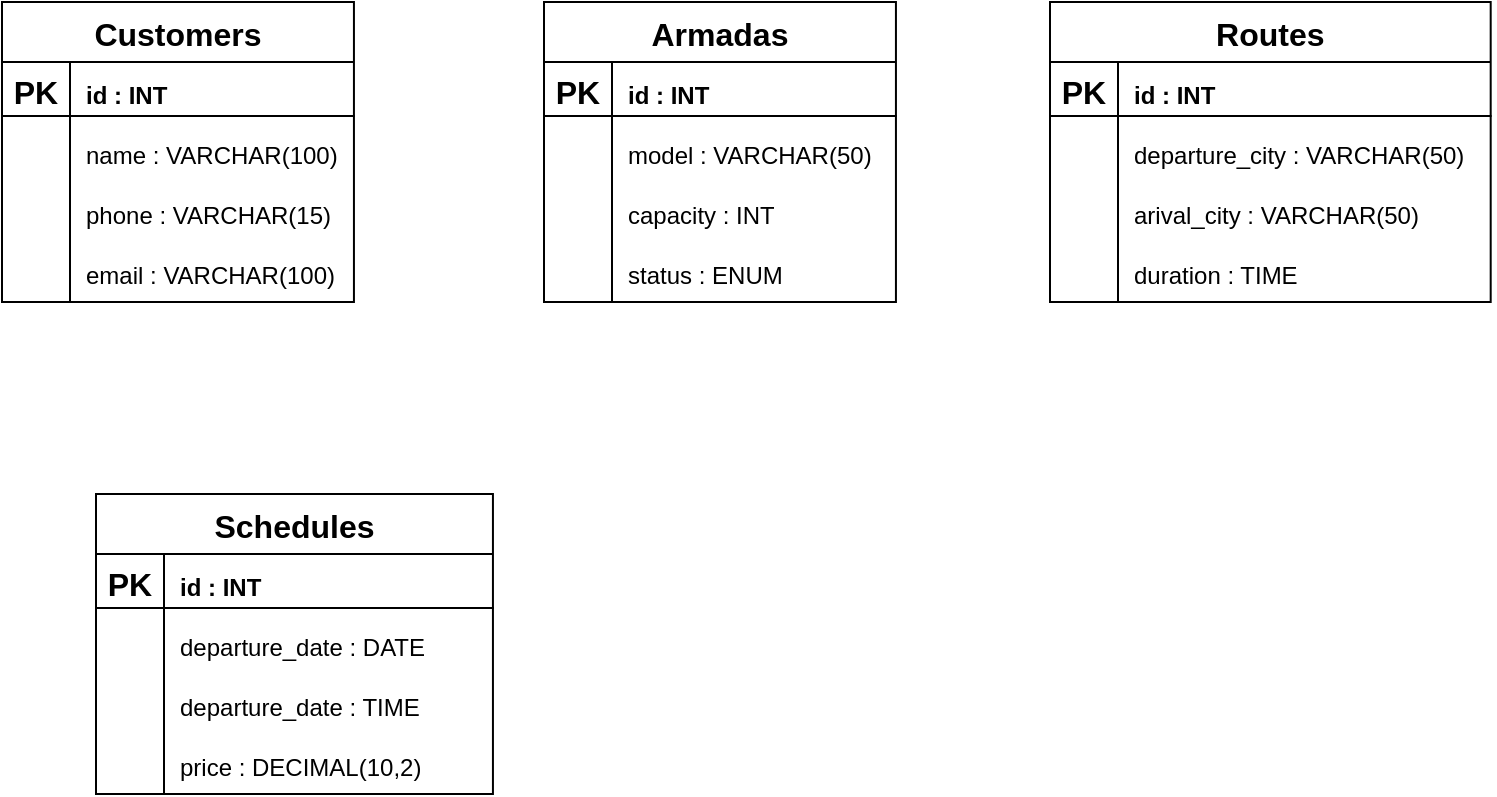
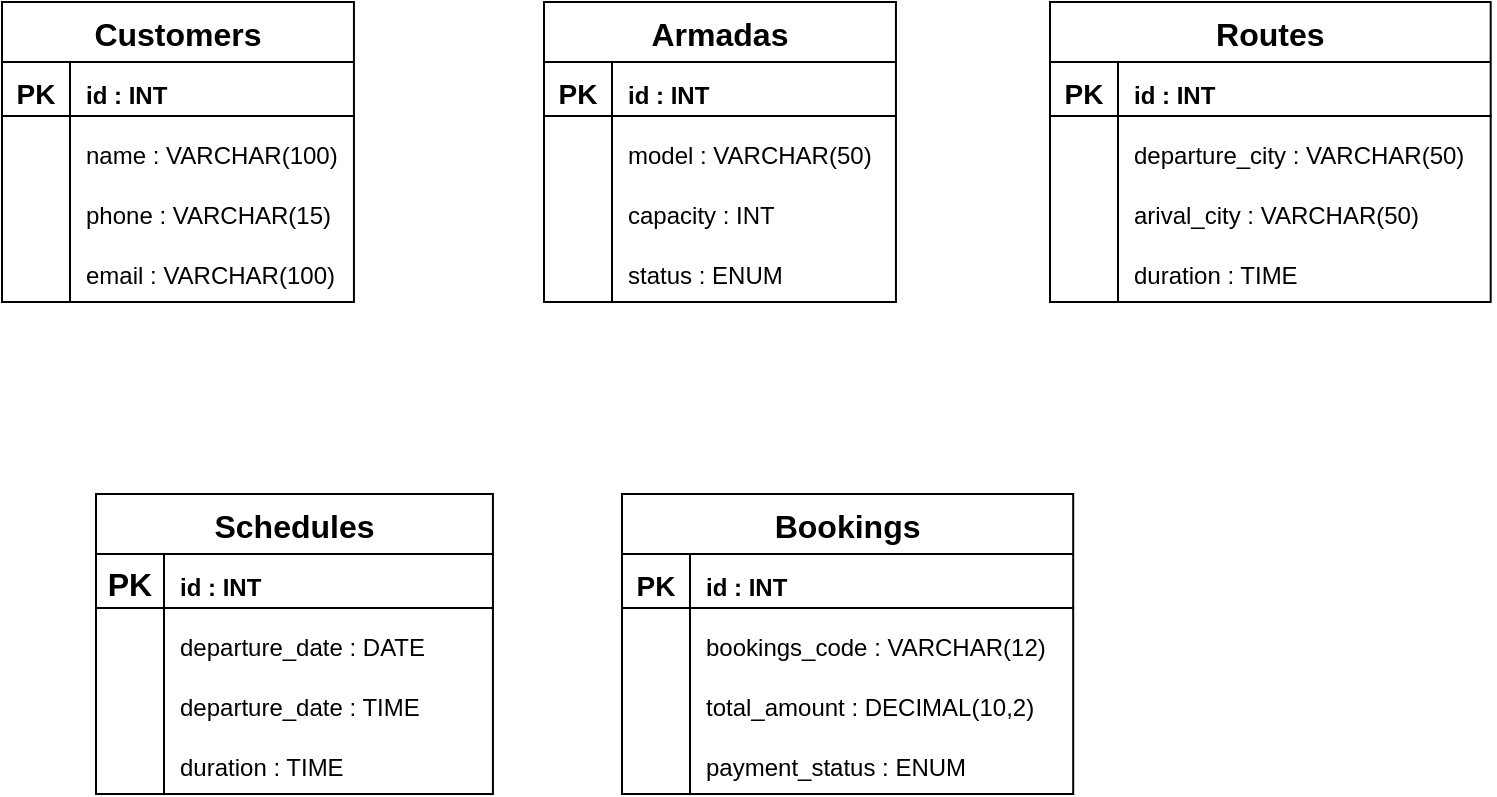
<mxfile host="Electron">
  <diagram name="Page-1" id="kJ8Mc6y_ZzB0DB1dgNBE">
    <mxGraphModel dx="1019" dy="602" grid="0" gridSize="10" guides="1" tooltips="1" connect="1" arrows="1" fold="1" page="1" pageScale="1" pageWidth="1169" pageHeight="827" background="#ffffff" math="0" shadow="0">
      <root>
        <mxCell id="0" />
        <mxCell id="1" parent="0" />
        <mxCell id="spA_d-TOyame6YQLWrdW-179" parent="1" style="shape=table;startSize=30;container=1;collapsible=0;childLayout=tableLayout;fixedRows=1;rowLines=0;fontStyle=1;strokeColor=#000000;fontSize=16;fontColor=#000000;fillColor=#FFFFFF;" value="Customers" vertex="1">
          <mxGeometry height="150" width="175.9722609747027" x="104" y="78" as="geometry" />
        </mxCell>
        <mxCell id="spA_d-TOyame6YQLWrdW-180" parent="spA_d-TOyame6YQLWrdW-179" style="shape=tableRow;horizontal=0;startSize=0;swimlaneHead=0;swimlaneBody=0;top=0;left=0;bottom=0;right=0;collapsible=0;dropTarget=0;fillColor=none;points=[[0,0.5],[1,0.5]];portConstraint=eastwest;strokeColor=inherit;fontSize=16;" value="" vertex="1">
          <mxGeometry height="30" width="175.9722609747027" y="30" as="geometry" />
        </mxCell>
-         <mxCell id="spA_d-TOyame6YQLWrdW-181" parent="spA_d-TOyame6YQLWrdW-180" style="shape=partialRectangle;html=1;whiteSpace=wrap;connectable=0;fillColor=none;top=0;left=0;bottom=0;right=0;overflow=hidden;pointerEvents=1;strokeColor=#000000;fontSize=16;fontColor=#000000;" value="&lt;b&gt;PK&lt;/b&gt;" vertex="1">
+         <mxCell id="spA_d-TOyame6YQLWrdW-181" parent="spA_d-TOyame6YQLWrdW-180" style="shape=partialRectangle;html=1;whiteSpace=wrap;connectable=0;fillColor=none;top=0;left=0;bottom=0;right=0;overflow=hidden;pointerEvents=1;strokeColor=#000000;fontSize=16;fontColor=#000000;" value="&lt;b&gt;&lt;font style=&quot;font-size: 14px;&quot;&gt;PK&lt;/font&gt;&lt;/b&gt;" vertex="1">
          <mxGeometry height="30" width="34" as="geometry">
            <mxRectangle height="30" width="34" as="alternateBounds" />
          </mxGeometry>
        </mxCell>
        <mxCell id="spA_d-TOyame6YQLWrdW-182" parent="spA_d-TOyame6YQLWrdW-180" style="shape=partialRectangle;html=1;whiteSpace=wrap;connectable=0;fillColor=none;top=0;left=0;bottom=0;right=0;align=left;spacingLeft=6;overflow=hidden;strokeColor=#000000;fontSize=16;fontColor=#000000;" value="&lt;font style=&quot;font-size: 12px;&quot;&gt;&lt;b&gt;id : INT&lt;/b&gt;&lt;/font&gt;" vertex="1">
          <mxGeometry height="30" width="142" x="34" as="geometry">
            <mxRectangle height="30" width="142" as="alternateBounds" />
          </mxGeometry>
        </mxCell>
        <mxCell id="spA_d-TOyame6YQLWrdW-183" parent="spA_d-TOyame6YQLWrdW-179" style="shape=tableRow;horizontal=0;startSize=0;swimlaneHead=0;swimlaneBody=0;top=0;left=0;bottom=0;right=0;collapsible=0;dropTarget=0;fillColor=none;points=[[0,0.5],[1,0.5]];portConstraint=eastwest;strokeColor=inherit;fontSize=16;" value="" vertex="1">
          <mxGeometry height="30" width="175.9722609747027" y="60" as="geometry" />
        </mxCell>
        <mxCell id="spA_d-TOyame6YQLWrdW-184" parent="spA_d-TOyame6YQLWrdW-183" style="shape=partialRectangle;html=1;whiteSpace=wrap;connectable=0;fillColor=none;top=0;left=0;bottom=0;right=0;overflow=hidden;strokeColor=inherit;fontSize=16;fontColor=#000000;" value="" vertex="1">
          <mxGeometry height="30" width="34" as="geometry">
            <mxRectangle height="30" width="34" as="alternateBounds" />
          </mxGeometry>
        </mxCell>
        <mxCell id="spA_d-TOyame6YQLWrdW-185" parent="spA_d-TOyame6YQLWrdW-183" style="shape=partialRectangle;html=1;whiteSpace=wrap;connectable=0;fillColor=none;top=0;left=0;bottom=0;right=0;align=left;spacingLeft=6;overflow=hidden;strokeColor=inherit;fontSize=16;fontColor=#000000;" value="&lt;span style=&quot;color: rgb(0, 0, 0); font-size: 12px;&quot;&gt;name :&amp;nbsp;&lt;/span&gt;&lt;span style=&quot;color: rgb(0, 0, 0); font-size: 12px; text-align: center;&quot;&gt;VARCHAR(100)&lt;/span&gt;" vertex="1">
          <mxGeometry height="30" width="142" x="34" as="geometry">
            <mxRectangle height="30" width="142" as="alternateBounds" />
          </mxGeometry>
        </mxCell>
        <mxCell id="spA_d-TOyame6YQLWrdW-186" parent="spA_d-TOyame6YQLWrdW-179" style="shape=tableRow;horizontal=0;startSize=0;swimlaneHead=0;swimlaneBody=0;top=0;left=0;bottom=0;right=0;collapsible=0;dropTarget=0;fillColor=none;points=[[0,0.5],[1,0.5]];portConstraint=eastwest;strokeColor=inherit;fontSize=16;" value="" vertex="1">
          <mxGeometry height="30" width="175.9722609747027" y="90" as="geometry" />
        </mxCell>
        <mxCell id="spA_d-TOyame6YQLWrdW-187" parent="spA_d-TOyame6YQLWrdW-186" style="shape=partialRectangle;html=1;whiteSpace=wrap;connectable=0;fillColor=none;top=0;left=0;bottom=0;right=0;overflow=hidden;strokeColor=inherit;fontSize=16;fontColor=#000000;" value="" vertex="1">
          <mxGeometry height="30" width="34" as="geometry">
            <mxRectangle height="30" width="34" as="alternateBounds" />
          </mxGeometry>
        </mxCell>
        <mxCell id="spA_d-TOyame6YQLWrdW-188" parent="spA_d-TOyame6YQLWrdW-186" style="shape=partialRectangle;html=1;whiteSpace=wrap;connectable=0;fillColor=none;top=0;left=0;bottom=0;right=0;align=left;spacingLeft=6;overflow=hidden;strokeColor=inherit;fontSize=16;fontColor=#000000;" value="&lt;span style=&quot;color: rgb(0, 0, 0); font-size: 12px;&quot;&gt;phone :&amp;nbsp;&lt;/span&gt;&lt;span style=&quot;color: rgb(0, 0, 0); font-size: 12px; text-align: center;&quot;&gt;VARCHAR(15)&lt;/span&gt;" vertex="1">
          <mxGeometry height="30" width="142" x="34" as="geometry">
            <mxRectangle height="30" width="142" as="alternateBounds" />
          </mxGeometry>
        </mxCell>
        <mxCell id="Xo8xpW6T9qOqPY2RvKqo-4" parent="spA_d-TOyame6YQLWrdW-179" style="shape=tableRow;horizontal=0;startSize=0;swimlaneHead=0;swimlaneBody=0;top=0;left=0;bottom=0;right=0;collapsible=0;dropTarget=0;fillColor=none;points=[[0,0.5],[1,0.5]];portConstraint=eastwest;strokeColor=inherit;fontSize=16;" value="" vertex="1">
          <mxGeometry height="30" width="175.9722609747027" y="120" as="geometry" />
        </mxCell>
        <mxCell id="Xo8xpW6T9qOqPY2RvKqo-5" parent="Xo8xpW6T9qOqPY2RvKqo-4" style="shape=partialRectangle;html=1;whiteSpace=wrap;connectable=0;fillColor=none;top=0;left=0;bottom=0;right=0;overflow=hidden;strokeColor=inherit;fontSize=16;fontColor=#000000;" value="" vertex="1">
          <mxGeometry height="30" width="34" as="geometry">
            <mxRectangle height="30" width="34" as="alternateBounds" />
          </mxGeometry>
        </mxCell>
        <mxCell id="Xo8xpW6T9qOqPY2RvKqo-6" parent="Xo8xpW6T9qOqPY2RvKqo-4" style="shape=partialRectangle;html=1;whiteSpace=wrap;connectable=0;fillColor=none;top=0;left=0;bottom=0;right=0;align=left;spacingLeft=6;overflow=hidden;strokeColor=inherit;fontSize=16;fontColor=#000000;" value="&lt;span style=&quot;color: rgb(0, 0, 0); font-size: 12px;&quot;&gt;email :&amp;nbsp;&lt;/span&gt;&lt;span style=&quot;color: rgb(0, 0, 0); font-size: 12px; text-align: center;&quot;&gt;VARCHAR(100)&lt;/span&gt;" vertex="1">
          <mxGeometry height="30" width="142" x="34" as="geometry">
            <mxRectangle height="30" width="142" as="alternateBounds" />
          </mxGeometry>
        </mxCell>
        <mxCell id="Xo8xpW6T9qOqPY2RvKqo-3" edge="1" parent="spA_d-TOyame6YQLWrdW-179" source="spA_d-TOyame6YQLWrdW-180" style="endArrow=none;html=1;rounded=0;strokeColor=#000000;entryX=1.002;entryY=0.898;entryDx=0;entryDy=0;entryPerimeter=0;exitX=0;exitY=0.9;exitDx=0;exitDy=0;exitPerimeter=0;" target="spA_d-TOyame6YQLWrdW-180" value="">
          <mxGeometry height="50" relative="1" width="50" as="geometry">
            <mxPoint x="72" y="102" as="sourcePoint" />
            <mxPoint x="122" y="52" as="targetPoint" />
          </mxGeometry>
        </mxCell>
        <mxCell id="Xo8xpW6T9qOqPY2RvKqo-7" parent="1" style="shape=table;startSize=30;container=1;collapsible=0;childLayout=tableLayout;fixedRows=1;rowLines=0;fontStyle=1;strokeColor=#000000;fontSize=16;fontColor=#000000;fillColor=#FFFFFF;" value="Armadas" vertex="1">
          <mxGeometry height="150" width="175.9722609747027" x="375" y="78" as="geometry" />
        </mxCell>
        <mxCell id="Xo8xpW6T9qOqPY2RvKqo-8" parent="Xo8xpW6T9qOqPY2RvKqo-7" style="shape=tableRow;horizontal=0;startSize=0;swimlaneHead=0;swimlaneBody=0;top=0;left=0;bottom=0;right=0;collapsible=0;dropTarget=0;fillColor=none;points=[[0,0.5],[1,0.5]];portConstraint=eastwest;strokeColor=inherit;fontSize=16;" value="" vertex="1">
          <mxGeometry height="30" width="175.9722609747027" y="30" as="geometry" />
        </mxCell>
-         <mxCell id="Xo8xpW6T9qOqPY2RvKqo-9" parent="Xo8xpW6T9qOqPY2RvKqo-8" style="shape=partialRectangle;html=1;whiteSpace=wrap;connectable=0;fillColor=none;top=0;left=0;bottom=0;right=0;overflow=hidden;pointerEvents=1;strokeColor=#000000;fontSize=16;fontColor=#000000;" value="&lt;b&gt;PK&lt;/b&gt;" vertex="1">
+         <mxCell id="Xo8xpW6T9qOqPY2RvKqo-9" parent="Xo8xpW6T9qOqPY2RvKqo-8" style="shape=partialRectangle;html=1;whiteSpace=wrap;connectable=0;fillColor=none;top=0;left=0;bottom=0;right=0;overflow=hidden;pointerEvents=1;strokeColor=#000000;fontSize=16;fontColor=#000000;" value="&lt;b&gt;&lt;font style=&quot;font-size: 14px;&quot;&gt;PK&lt;/font&gt;&lt;/b&gt;" vertex="1">
          <mxGeometry height="30" width="34" as="geometry">
            <mxRectangle height="30" width="34" as="alternateBounds" />
          </mxGeometry>
        </mxCell>
        <mxCell id="Xo8xpW6T9qOqPY2RvKqo-10" parent="Xo8xpW6T9qOqPY2RvKqo-8" style="shape=partialRectangle;html=1;whiteSpace=wrap;connectable=0;fillColor=none;top=0;left=0;bottom=0;right=0;align=left;spacingLeft=6;overflow=hidden;strokeColor=#000000;fontSize=16;fontColor=#000000;" value="&lt;font style=&quot;font-size: 12px;&quot;&gt;&lt;b&gt;id : INT&lt;/b&gt;&lt;/font&gt;" vertex="1">
          <mxGeometry height="30" width="142" x="34" as="geometry">
            <mxRectangle height="30" width="142" as="alternateBounds" />
          </mxGeometry>
        </mxCell>
        <mxCell id="Xo8xpW6T9qOqPY2RvKqo-11" parent="Xo8xpW6T9qOqPY2RvKqo-7" style="shape=tableRow;horizontal=0;startSize=0;swimlaneHead=0;swimlaneBody=0;top=0;left=0;bottom=0;right=0;collapsible=0;dropTarget=0;fillColor=none;points=[[0,0.5],[1,0.5]];portConstraint=eastwest;strokeColor=inherit;fontSize=16;" value="" vertex="1">
          <mxGeometry height="30" width="175.9722609747027" y="60" as="geometry" />
        </mxCell>
        <mxCell id="Xo8xpW6T9qOqPY2RvKqo-12" parent="Xo8xpW6T9qOqPY2RvKqo-11" style="shape=partialRectangle;html=1;whiteSpace=wrap;connectable=0;fillColor=none;top=0;left=0;bottom=0;right=0;overflow=hidden;strokeColor=inherit;fontSize=16;fontColor=#000000;" value="" vertex="1">
          <mxGeometry height="30" width="34" as="geometry">
            <mxRectangle height="30" width="34" as="alternateBounds" />
          </mxGeometry>
        </mxCell>
        <mxCell id="Xo8xpW6T9qOqPY2RvKqo-13" parent="Xo8xpW6T9qOqPY2RvKqo-11" style="shape=partialRectangle;html=1;whiteSpace=wrap;connectable=0;fillColor=none;top=0;left=0;bottom=0;right=0;align=left;spacingLeft=6;overflow=hidden;strokeColor=inherit;fontSize=16;fontColor=#000000;" value="&lt;font color=&quot;#000000&quot;&gt;&lt;span style=&quot;font-size: 12px;&quot;&gt;model : VARCHAR(50)&lt;/span&gt;&lt;/font&gt;" vertex="1">
          <mxGeometry height="30" width="142" x="34" as="geometry">
            <mxRectangle height="30" width="142" as="alternateBounds" />
          </mxGeometry>
        </mxCell>
        <mxCell id="Xo8xpW6T9qOqPY2RvKqo-14" parent="Xo8xpW6T9qOqPY2RvKqo-7" style="shape=tableRow;horizontal=0;startSize=0;swimlaneHead=0;swimlaneBody=0;top=0;left=0;bottom=0;right=0;collapsible=0;dropTarget=0;fillColor=none;points=[[0,0.5],[1,0.5]];portConstraint=eastwest;strokeColor=inherit;fontSize=16;" value="" vertex="1">
          <mxGeometry height="30" width="175.9722609747027" y="90" as="geometry" />
        </mxCell>
        <mxCell id="Xo8xpW6T9qOqPY2RvKqo-15" parent="Xo8xpW6T9qOqPY2RvKqo-14" style="shape=partialRectangle;html=1;whiteSpace=wrap;connectable=0;fillColor=none;top=0;left=0;bottom=0;right=0;overflow=hidden;strokeColor=inherit;fontSize=16;fontColor=#000000;" value="" vertex="1">
          <mxGeometry height="30" width="34" as="geometry">
            <mxRectangle height="30" width="34" as="alternateBounds" />
          </mxGeometry>
        </mxCell>
        <mxCell id="Xo8xpW6T9qOqPY2RvKqo-16" parent="Xo8xpW6T9qOqPY2RvKqo-14" style="shape=partialRectangle;html=1;whiteSpace=wrap;connectable=0;fillColor=none;top=0;left=0;bottom=0;right=0;align=left;spacingLeft=6;overflow=hidden;strokeColor=inherit;fontSize=16;fontColor=#000000;" value="&lt;div style=&quot;text-align: center;&quot;&gt;&lt;span style=&quot;color: rgb(0, 0, 0); font-size: 12px; background-color: transparent;&quot;&gt;capacity : INT&lt;/span&gt;&lt;/div&gt;" vertex="1">
          <mxGeometry height="30" width="142" x="34" as="geometry">
            <mxRectangle height="30" width="142" as="alternateBounds" />
          </mxGeometry>
        </mxCell>
        <mxCell id="Xo8xpW6T9qOqPY2RvKqo-17" parent="Xo8xpW6T9qOqPY2RvKqo-7" style="shape=tableRow;horizontal=0;startSize=0;swimlaneHead=0;swimlaneBody=0;top=0;left=0;bottom=0;right=0;collapsible=0;dropTarget=0;fillColor=none;points=[[0,0.5],[1,0.5]];portConstraint=eastwest;strokeColor=inherit;fontSize=16;" value="" vertex="1">
          <mxGeometry height="30" width="175.9722609747027" y="120" as="geometry" />
        </mxCell>
        <mxCell id="Xo8xpW6T9qOqPY2RvKqo-18" parent="Xo8xpW6T9qOqPY2RvKqo-17" style="shape=partialRectangle;html=1;whiteSpace=wrap;connectable=0;fillColor=none;top=0;left=0;bottom=0;right=0;overflow=hidden;strokeColor=inherit;fontSize=16;fontColor=#000000;" value="" vertex="1">
          <mxGeometry height="30" width="34" as="geometry">
            <mxRectangle height="30" width="34" as="alternateBounds" />
          </mxGeometry>
        </mxCell>
        <mxCell id="Xo8xpW6T9qOqPY2RvKqo-19" parent="Xo8xpW6T9qOqPY2RvKqo-17" style="shape=partialRectangle;html=1;whiteSpace=wrap;connectable=0;fillColor=none;top=0;left=0;bottom=0;right=0;align=left;spacingLeft=6;overflow=hidden;strokeColor=inherit;fontSize=16;fontColor=#000000;" value="&lt;span style=&quot;color: rgb(0, 0, 0); font-size: 12px;&quot;&gt;status :&amp;nbsp;&lt;/span&gt;&lt;span style=&quot;color: rgb(0, 0, 0); font-size: 12px; text-align: center;&quot;&gt;ENUM&lt;/span&gt;" vertex="1">
          <mxGeometry height="30" width="142" x="34" as="geometry">
            <mxRectangle height="30" width="142" as="alternateBounds" />
          </mxGeometry>
        </mxCell>
        <mxCell id="Xo8xpW6T9qOqPY2RvKqo-20" edge="1" parent="Xo8xpW6T9qOqPY2RvKqo-7" source="Xo8xpW6T9qOqPY2RvKqo-8" style="endArrow=none;html=1;rounded=0;strokeColor=#000000;entryX=1.002;entryY=0.898;entryDx=0;entryDy=0;entryPerimeter=0;exitX=0;exitY=0.9;exitDx=0;exitDy=0;exitPerimeter=0;" target="Xo8xpW6T9qOqPY2RvKqo-8" value="">
          <mxGeometry height="50" relative="1" width="50" as="geometry">
            <mxPoint x="72" y="102" as="sourcePoint" />
            <mxPoint x="122" y="52" as="targetPoint" />
          </mxGeometry>
        </mxCell>
        <mxCell id="Xo8xpW6T9qOqPY2RvKqo-21" parent="1" style="shape=table;startSize=30;container=1;collapsible=0;childLayout=tableLayout;fixedRows=1;rowLines=0;fontStyle=1;strokeColor=#000000;fontSize=16;fontColor=#000000;fillColor=#FFFFFF;" value="Routes" vertex="1">
          <mxGeometry height="150" width="220.34746442522356" x="628" y="78" as="geometry" />
        </mxCell>
        <mxCell id="Xo8xpW6T9qOqPY2RvKqo-22" parent="Xo8xpW6T9qOqPY2RvKqo-21" style="shape=tableRow;horizontal=0;startSize=0;swimlaneHead=0;swimlaneBody=0;top=0;left=0;bottom=0;right=0;collapsible=0;dropTarget=0;fillColor=none;points=[[0,0.5],[1,0.5]];portConstraint=eastwest;strokeColor=inherit;fontSize=16;" value="" vertex="1">
          <mxGeometry height="30" width="220.34746442522356" y="30" as="geometry" />
        </mxCell>
-         <mxCell id="Xo8xpW6T9qOqPY2RvKqo-23" parent="Xo8xpW6T9qOqPY2RvKqo-22" style="shape=partialRectangle;html=1;whiteSpace=wrap;connectable=0;fillColor=none;top=0;left=0;bottom=0;right=0;overflow=hidden;pointerEvents=1;strokeColor=#000000;fontSize=16;fontColor=#000000;" value="&lt;b&gt;PK&lt;/b&gt;" vertex="1">
+         <mxCell id="Xo8xpW6T9qOqPY2RvKqo-23" parent="Xo8xpW6T9qOqPY2RvKqo-22" style="shape=partialRectangle;html=1;whiteSpace=wrap;connectable=0;fillColor=none;top=0;left=0;bottom=0;right=0;overflow=hidden;pointerEvents=1;strokeColor=#000000;fontSize=16;fontColor=#000000;" value="&lt;b&gt;&lt;font style=&quot;font-size: 14px;&quot;&gt;PK&lt;/font&gt;&lt;/b&gt;" vertex="1">
          <mxGeometry height="30" width="34" as="geometry">
            <mxRectangle height="30" width="34" as="alternateBounds" />
          </mxGeometry>
        </mxCell>
        <mxCell id="Xo8xpW6T9qOqPY2RvKqo-24" parent="Xo8xpW6T9qOqPY2RvKqo-22" style="shape=partialRectangle;html=1;whiteSpace=wrap;connectable=0;fillColor=none;top=0;left=0;bottom=0;right=0;align=left;spacingLeft=6;overflow=hidden;strokeColor=#000000;fontSize=16;fontColor=#000000;" value="&lt;font style=&quot;font-size: 12px;&quot;&gt;&lt;b&gt;id : INT&lt;/b&gt;&lt;/font&gt;" vertex="1">
          <mxGeometry height="30" width="186" x="34" as="geometry">
            <mxRectangle height="30" width="186" as="alternateBounds" />
          </mxGeometry>
        </mxCell>
        <mxCell id="Xo8xpW6T9qOqPY2RvKqo-25" parent="Xo8xpW6T9qOqPY2RvKqo-21" style="shape=tableRow;horizontal=0;startSize=0;swimlaneHead=0;swimlaneBody=0;top=0;left=0;bottom=0;right=0;collapsible=0;dropTarget=0;fillColor=none;points=[[0,0.5],[1,0.5]];portConstraint=eastwest;strokeColor=inherit;fontSize=16;" value="" vertex="1">
          <mxGeometry height="30" width="220.34746442522356" y="60" as="geometry" />
        </mxCell>
        <mxCell id="Xo8xpW6T9qOqPY2RvKqo-26" parent="Xo8xpW6T9qOqPY2RvKqo-25" style="shape=partialRectangle;html=1;whiteSpace=wrap;connectable=0;fillColor=none;top=0;left=0;bottom=0;right=0;overflow=hidden;strokeColor=inherit;fontSize=16;fontColor=#000000;" value="" vertex="1">
          <mxGeometry height="30" width="34" as="geometry">
            <mxRectangle height="30" width="34" as="alternateBounds" />
          </mxGeometry>
        </mxCell>
        <mxCell id="Xo8xpW6T9qOqPY2RvKqo-27" parent="Xo8xpW6T9qOqPY2RvKqo-25" style="shape=partialRectangle;html=1;whiteSpace=wrap;connectable=0;fillColor=none;top=0;left=0;bottom=0;right=0;align=left;spacingLeft=6;overflow=hidden;strokeColor=inherit;fontSize=16;fontColor=#000000;" value="&lt;font color=&quot;#000000&quot;&gt;&lt;span style=&quot;font-size: 12px;&quot;&gt;departure_city : VARCHAR(50)&lt;/span&gt;&lt;/font&gt;" vertex="1">
          <mxGeometry height="30" width="186" x="34" as="geometry">
            <mxRectangle height="30" width="186" as="alternateBounds" />
          </mxGeometry>
        </mxCell>
        <mxCell id="Xo8xpW6T9qOqPY2RvKqo-28" parent="Xo8xpW6T9qOqPY2RvKqo-21" style="shape=tableRow;horizontal=0;startSize=0;swimlaneHead=0;swimlaneBody=0;top=0;left=0;bottom=0;right=0;collapsible=0;dropTarget=0;fillColor=none;points=[[0,0.5],[1,0.5]];portConstraint=eastwest;strokeColor=inherit;fontSize=16;" value="" vertex="1">
          <mxGeometry height="30" width="220.34746442522356" y="90" as="geometry" />
        </mxCell>
        <mxCell id="Xo8xpW6T9qOqPY2RvKqo-29" parent="Xo8xpW6T9qOqPY2RvKqo-28" style="shape=partialRectangle;html=1;whiteSpace=wrap;connectable=0;fillColor=none;top=0;left=0;bottom=0;right=0;overflow=hidden;strokeColor=inherit;fontSize=16;fontColor=#000000;" value="" vertex="1">
          <mxGeometry height="30" width="34" as="geometry">
            <mxRectangle height="30" width="34" as="alternateBounds" />
          </mxGeometry>
        </mxCell>
        <mxCell id="Xo8xpW6T9qOqPY2RvKqo-30" parent="Xo8xpW6T9qOqPY2RvKqo-28" style="shape=partialRectangle;html=1;whiteSpace=wrap;connectable=0;fillColor=none;top=0;left=0;bottom=0;right=0;align=left;spacingLeft=6;overflow=hidden;strokeColor=inherit;fontSize=16;fontColor=#000000;" value="&lt;div style=&quot;text-align: center;&quot;&gt;&lt;span style=&quot;color: rgb(0, 0, 0); font-size: 12px; background-color: transparent;&quot;&gt;arival_city : VARCHAR(50)&lt;/span&gt;&lt;/div&gt;" vertex="1">
          <mxGeometry height="30" width="186" x="34" as="geometry">
            <mxRectangle height="30" width="186" as="alternateBounds" />
          </mxGeometry>
        </mxCell>
        <mxCell id="Xo8xpW6T9qOqPY2RvKqo-31" parent="Xo8xpW6T9qOqPY2RvKqo-21" style="shape=tableRow;horizontal=0;startSize=0;swimlaneHead=0;swimlaneBody=0;top=0;left=0;bottom=0;right=0;collapsible=0;dropTarget=0;fillColor=none;points=[[0,0.5],[1,0.5]];portConstraint=eastwest;strokeColor=inherit;fontSize=16;" value="" vertex="1">
          <mxGeometry height="30" width="220.34746442522356" y="120" as="geometry" />
        </mxCell>
        <mxCell id="Xo8xpW6T9qOqPY2RvKqo-32" parent="Xo8xpW6T9qOqPY2RvKqo-31" style="shape=partialRectangle;html=1;whiteSpace=wrap;connectable=0;fillColor=none;top=0;left=0;bottom=0;right=0;overflow=hidden;strokeColor=inherit;fontSize=16;fontColor=#000000;" value="" vertex="1">
          <mxGeometry height="30" width="34" as="geometry">
            <mxRectangle height="30" width="34" as="alternateBounds" />
          </mxGeometry>
        </mxCell>
        <mxCell id="Xo8xpW6T9qOqPY2RvKqo-33" parent="Xo8xpW6T9qOqPY2RvKqo-31" style="shape=partialRectangle;html=1;whiteSpace=wrap;connectable=0;fillColor=none;top=0;left=0;bottom=0;right=0;align=left;spacingLeft=6;overflow=hidden;strokeColor=inherit;fontSize=16;fontColor=#000000;" value="&lt;div style=&quot;text-align: center;&quot;&gt;&lt;span style=&quot;color: rgb(0, 0, 0); font-size: 12px; background-color: transparent;&quot;&gt;duration : TIME&lt;/span&gt;&lt;/div&gt;" vertex="1">
          <mxGeometry height="30" width="186" x="34" as="geometry">
            <mxRectangle height="30" width="186" as="alternateBounds" />
          </mxGeometry>
        </mxCell>
        <mxCell id="Xo8xpW6T9qOqPY2RvKqo-34" edge="1" parent="Xo8xpW6T9qOqPY2RvKqo-21" source="Xo8xpW6T9qOqPY2RvKqo-22" style="endArrow=none;html=1;rounded=0;strokeColor=#000000;entryX=1.002;entryY=0.898;entryDx=0;entryDy=0;entryPerimeter=0;exitX=0;exitY=0.9;exitDx=0;exitDy=0;exitPerimeter=0;" target="Xo8xpW6T9qOqPY2RvKqo-22" value="">
          <mxGeometry height="50" relative="1" width="50" as="geometry">
            <mxPoint x="72" y="102" as="sourcePoint" />
            <mxPoint x="122" y="52" as="targetPoint" />
          </mxGeometry>
        </mxCell>
        <mxCell id="Xo8xpW6T9qOqPY2RvKqo-49" parent="1" style="shape=table;startSize=30;container=1;collapsible=0;childLayout=tableLayout;fixedRows=1;rowLines=0;fontStyle=1;strokeColor=#000000;fontSize=16;fontColor=#000000;fillColor=#FFFFFF;" value="Schedules" vertex="1">
          <mxGeometry height="150" width="198.47246442522373" x="151" y="324" as="geometry" />
        </mxCell>
        <mxCell id="Xo8xpW6T9qOqPY2RvKqo-50" parent="Xo8xpW6T9qOqPY2RvKqo-49" style="shape=tableRow;horizontal=0;startSize=0;swimlaneHead=0;swimlaneBody=0;top=0;left=0;bottom=0;right=0;collapsible=0;dropTarget=0;fillColor=none;points=[[0,0.5],[1,0.5]];portConstraint=eastwest;strokeColor=inherit;fontSize=16;" value="" vertex="1">
          <mxGeometry height="30" width="198.47246442522373" y="30" as="geometry" />
        </mxCell>
        <mxCell id="Xo8xpW6T9qOqPY2RvKqo-51" parent="Xo8xpW6T9qOqPY2RvKqo-50" style="shape=partialRectangle;html=1;whiteSpace=wrap;connectable=0;fillColor=none;top=0;left=0;bottom=0;right=0;overflow=hidden;pointerEvents=1;strokeColor=#000000;fontSize=16;fontColor=#000000;" value="&lt;b&gt;PK&lt;/b&gt;" vertex="1">
          <mxGeometry height="30" width="34" as="geometry">
            <mxRectangle height="30" width="34" as="alternateBounds" />
          </mxGeometry>
        </mxCell>
        <mxCell id="Xo8xpW6T9qOqPY2RvKqo-52" parent="Xo8xpW6T9qOqPY2RvKqo-50" style="shape=partialRectangle;html=1;whiteSpace=wrap;connectable=0;fillColor=none;top=0;left=0;bottom=0;right=0;align=left;spacingLeft=6;overflow=hidden;strokeColor=#000000;fontSize=16;fontColor=#000000;" value="&lt;font style=&quot;font-size: 12px;&quot;&gt;&lt;b&gt;id : INT&lt;/b&gt;&lt;/font&gt;" vertex="1">
          <mxGeometry height="30" width="164" x="34" as="geometry">
            <mxRectangle height="30" width="164" as="alternateBounds" />
          </mxGeometry>
        </mxCell>
        <mxCell id="Xo8xpW6T9qOqPY2RvKqo-53" parent="Xo8xpW6T9qOqPY2RvKqo-49" style="shape=tableRow;horizontal=0;startSize=0;swimlaneHead=0;swimlaneBody=0;top=0;left=0;bottom=0;right=0;collapsible=0;dropTarget=0;fillColor=none;points=[[0,0.5],[1,0.5]];portConstraint=eastwest;strokeColor=inherit;fontSize=16;" value="" vertex="1">
          <mxGeometry height="30" width="198.47246442522373" y="60" as="geometry" />
        </mxCell>
        <mxCell id="Xo8xpW6T9qOqPY2RvKqo-54" parent="Xo8xpW6T9qOqPY2RvKqo-53" style="shape=partialRectangle;html=1;whiteSpace=wrap;connectable=0;fillColor=none;top=0;left=0;bottom=0;right=0;overflow=hidden;strokeColor=inherit;fontSize=16;fontColor=#000000;" value="" vertex="1">
          <mxGeometry height="30" width="34" as="geometry">
            <mxRectangle height="30" width="34" as="alternateBounds" />
          </mxGeometry>
        </mxCell>
        <mxCell id="Xo8xpW6T9qOqPY2RvKqo-55" parent="Xo8xpW6T9qOqPY2RvKqo-53" style="shape=partialRectangle;html=1;whiteSpace=wrap;connectable=0;fillColor=none;top=0;left=0;bottom=0;right=0;align=left;spacingLeft=6;overflow=hidden;strokeColor=inherit;fontSize=16;fontColor=#000000;" value="&lt;font color=&quot;#000000&quot;&gt;&lt;span style=&quot;font-size: 12px;&quot;&gt;departure_date : DATE&lt;/span&gt;&lt;/font&gt;" vertex="1">
          <mxGeometry height="30" width="164" x="34" as="geometry">
            <mxRectangle height="30" width="164" as="alternateBounds" />
          </mxGeometry>
        </mxCell>
        <mxCell id="Xo8xpW6T9qOqPY2RvKqo-56" parent="Xo8xpW6T9qOqPY2RvKqo-49" style="shape=tableRow;horizontal=0;startSize=0;swimlaneHead=0;swimlaneBody=0;top=0;left=0;bottom=0;right=0;collapsible=0;dropTarget=0;fillColor=none;points=[[0,0.5],[1,0.5]];portConstraint=eastwest;strokeColor=inherit;fontSize=16;" value="" vertex="1">
          <mxGeometry height="30" width="198.47246442522373" y="90" as="geometry" />
        </mxCell>
        <mxCell id="Xo8xpW6T9qOqPY2RvKqo-57" parent="Xo8xpW6T9qOqPY2RvKqo-56" style="shape=partialRectangle;html=1;whiteSpace=wrap;connectable=0;fillColor=none;top=0;left=0;bottom=0;right=0;overflow=hidden;strokeColor=inherit;fontSize=16;fontColor=#000000;" value="" vertex="1">
          <mxGeometry height="30" width="34" as="geometry">
            <mxRectangle height="30" width="34" as="alternateBounds" />
          </mxGeometry>
        </mxCell>
        <mxCell id="Xo8xpW6T9qOqPY2RvKqo-58" parent="Xo8xpW6T9qOqPY2RvKqo-56" style="shape=partialRectangle;html=1;whiteSpace=wrap;connectable=0;fillColor=none;top=0;left=0;bottom=0;right=0;align=left;spacingLeft=6;overflow=hidden;strokeColor=inherit;fontSize=16;fontColor=#000000;" value="&lt;div style=&quot;text-align: center;&quot;&gt;&lt;span style=&quot;color: rgb(0, 0, 0); font-size: 12px; background-color: transparent;&quot;&gt;&lt;span style=&quot;background-color: transparent; text-align: left;&quot;&gt;departure_date&lt;/span&gt;&amp;nbsp;: TIME&lt;/span&gt;&lt;/div&gt;" vertex="1">
          <mxGeometry height="30" width="164" x="34" as="geometry">
            <mxRectangle height="30" width="164" as="alternateBounds" />
          </mxGeometry>
        </mxCell>
        <mxCell id="Xo8xpW6T9qOqPY2RvKqo-59" parent="Xo8xpW6T9qOqPY2RvKqo-49" style="shape=tableRow;horizontal=0;startSize=0;swimlaneHead=0;swimlaneBody=0;top=0;left=0;bottom=0;right=0;collapsible=0;dropTarget=0;fillColor=none;points=[[0,0.5],[1,0.5]];portConstraint=eastwest;strokeColor=inherit;fontSize=16;" value="" vertex="1">
          <mxGeometry height="30" width="198.47246442522373" y="120" as="geometry" />
        </mxCell>
        <mxCell id="Xo8xpW6T9qOqPY2RvKqo-60" parent="Xo8xpW6T9qOqPY2RvKqo-59" style="shape=partialRectangle;html=1;whiteSpace=wrap;connectable=0;fillColor=none;top=0;left=0;bottom=0;right=0;overflow=hidden;strokeColor=inherit;fontSize=16;fontColor=#000000;" value="" vertex="1">
          <mxGeometry height="30" width="34" as="geometry">
            <mxRectangle height="30" width="34" as="alternateBounds" />
          </mxGeometry>
        </mxCell>
-         <mxCell id="Xo8xpW6T9qOqPY2RvKqo-61" parent="Xo8xpW6T9qOqPY2RvKqo-59" style="shape=partialRectangle;html=1;whiteSpace=wrap;connectable=0;fillColor=none;top=0;left=0;bottom=0;right=0;align=left;spacingLeft=6;overflow=hidden;strokeColor=inherit;fontSize=16;fontColor=#000000;" value="&lt;div style=&quot;text-align: center;&quot;&gt;&lt;span style=&quot;color: rgb(0, 0, 0); font-size: 12px; background-color: transparent;&quot;&gt;price : DECIMAL(10,2)&lt;/span&gt;&lt;/div&gt;" vertex="1">
+         <mxCell id="Xo8xpW6T9qOqPY2RvKqo-61" parent="Xo8xpW6T9qOqPY2RvKqo-59" style="shape=partialRectangle;html=1;whiteSpace=wrap;connectable=0;fillColor=none;top=0;left=0;bottom=0;right=0;align=left;spacingLeft=6;overflow=hidden;strokeColor=inherit;fontSize=16;fontColor=#000000;" value="&lt;div style=&quot;text-align: center;&quot;&gt;&lt;span style=&quot;color: rgb(0, 0, 0); font-size: 12px; background-color: transparent;&quot;&gt;duration : TIME&lt;/span&gt;&lt;/div&gt;" vertex="1">
          <mxGeometry height="30" width="164" x="34" as="geometry">
            <mxRectangle height="30" width="164" as="alternateBounds" />
          </mxGeometry>
        </mxCell>
        <mxCell id="Xo8xpW6T9qOqPY2RvKqo-62" edge="1" parent="Xo8xpW6T9qOqPY2RvKqo-49" source="Xo8xpW6T9qOqPY2RvKqo-50" style="endArrow=none;html=1;rounded=0;strokeColor=#000000;entryX=1.002;entryY=0.898;entryDx=0;entryDy=0;entryPerimeter=0;exitX=0;exitY=0.9;exitDx=0;exitDy=0;exitPerimeter=0;" target="Xo8xpW6T9qOqPY2RvKqo-50" value="">
+           <mxGeometry height="50" relative="1" width="50" as="geometry">
+             <mxPoint x="72" y="102" as="sourcePoint" />
+             <mxPoint x="122" y="52" as="targetPoint" />
+           </mxGeometry>
+         </mxCell>
+         <mxCell id="Xo8xpW6T9qOqPY2RvKqo-63" parent="1" style="shape=table;startSize=30;container=1;collapsible=0;childLayout=tableLayout;fixedRows=1;rowLines=0;fontStyle=1;strokeColor=#000000;fontSize=16;fontColor=#000000;fillColor=#FFFFFF;" value="Bookings" vertex="1">
+           <mxGeometry height="150" width="225.59746442522385" x="414" y="324" as="geometry" />
+         </mxCell>
+         <mxCell id="Xo8xpW6T9qOqPY2RvKqo-64" parent="Xo8xpW6T9qOqPY2RvKqo-63" style="shape=tableRow;horizontal=0;startSize=0;swimlaneHead=0;swimlaneBody=0;top=0;left=0;bottom=0;right=0;collapsible=0;dropTarget=0;fillColor=none;points=[[0,0.5],[1,0.5]];portConstraint=eastwest;strokeColor=inherit;fontSize=16;" value="" vertex="1">
+           <mxGeometry height="30" width="225.59746442522385" y="30" as="geometry" />
+         </mxCell>
+         <mxCell id="Xo8xpW6T9qOqPY2RvKqo-65" parent="Xo8xpW6T9qOqPY2RvKqo-64" style="shape=partialRectangle;html=1;whiteSpace=wrap;connectable=0;fillColor=none;top=0;left=0;bottom=0;right=0;overflow=hidden;pointerEvents=1;strokeColor=#000000;fontSize=16;fontColor=#000000;" value="&lt;b&gt;&lt;font style=&quot;font-size: 14px;&quot;&gt;PK&lt;/font&gt;&lt;/b&gt;" vertex="1">
+           <mxGeometry height="30" width="34" as="geometry">
+             <mxRectangle height="30" width="34" as="alternateBounds" />
+           </mxGeometry>
+         </mxCell>
+         <mxCell id="Xo8xpW6T9qOqPY2RvKqo-66" parent="Xo8xpW6T9qOqPY2RvKqo-64" style="shape=partialRectangle;html=1;whiteSpace=wrap;connectable=0;fillColor=none;top=0;left=0;bottom=0;right=0;align=left;spacingLeft=6;overflow=hidden;strokeColor=#000000;fontSize=16;fontColor=#000000;" value="&lt;font style=&quot;font-size: 12px;&quot;&gt;&lt;b&gt;id : INT&lt;/b&gt;&lt;/font&gt;" vertex="1">
+           <mxGeometry height="30" width="192" x="34" as="geometry">
+             <mxRectangle height="30" width="192" as="alternateBounds" />
+           </mxGeometry>
+         </mxCell>
+         <mxCell id="Xo8xpW6T9qOqPY2RvKqo-67" parent="Xo8xpW6T9qOqPY2RvKqo-63" style="shape=tableRow;horizontal=0;startSize=0;swimlaneHead=0;swimlaneBody=0;top=0;left=0;bottom=0;right=0;collapsible=0;dropTarget=0;fillColor=none;points=[[0,0.5],[1,0.5]];portConstraint=eastwest;strokeColor=inherit;fontSize=16;" value="" vertex="1">
+           <mxGeometry height="30" width="225.59746442522385" y="60" as="geometry" />
+         </mxCell>
+         <mxCell id="Xo8xpW6T9qOqPY2RvKqo-68" parent="Xo8xpW6T9qOqPY2RvKqo-67" style="shape=partialRectangle;html=1;whiteSpace=wrap;connectable=0;fillColor=none;top=0;left=0;bottom=0;right=0;overflow=hidden;strokeColor=inherit;fontSize=16;fontColor=#000000;" value="" vertex="1">
+           <mxGeometry height="30" width="34" as="geometry">
+             <mxRectangle height="30" width="34" as="alternateBounds" />
+           </mxGeometry>
+         </mxCell>
+         <mxCell id="Xo8xpW6T9qOqPY2RvKqo-69" parent="Xo8xpW6T9qOqPY2RvKqo-67" style="shape=partialRectangle;html=1;whiteSpace=wrap;connectable=0;fillColor=none;top=0;left=0;bottom=0;right=0;align=left;spacingLeft=6;overflow=hidden;strokeColor=inherit;fontSize=16;fontColor=#000000;" value="&lt;font color=&quot;#000000&quot;&gt;&lt;span style=&quot;font-size: 12px;&quot;&gt;bookings_code : VARCHAR(12)&lt;/span&gt;&lt;/font&gt;" vertex="1">
+           <mxGeometry height="30" width="192" x="34" as="geometry">
+             <mxRectangle height="30" width="192" as="alternateBounds" />
+           </mxGeometry>
+         </mxCell>
+         <mxCell id="Xo8xpW6T9qOqPY2RvKqo-70" parent="Xo8xpW6T9qOqPY2RvKqo-63" style="shape=tableRow;horizontal=0;startSize=0;swimlaneHead=0;swimlaneBody=0;top=0;left=0;bottom=0;right=0;collapsible=0;dropTarget=0;fillColor=none;points=[[0,0.5],[1,0.5]];portConstraint=eastwest;strokeColor=inherit;fontSize=16;" value="" vertex="1">
+           <mxGeometry height="30" width="225.59746442522385" y="90" as="geometry" />
+         </mxCell>
+         <mxCell id="Xo8xpW6T9qOqPY2RvKqo-71" parent="Xo8xpW6T9qOqPY2RvKqo-70" style="shape=partialRectangle;html=1;whiteSpace=wrap;connectable=0;fillColor=none;top=0;left=0;bottom=0;right=0;overflow=hidden;strokeColor=inherit;fontSize=16;fontColor=#000000;" value="" vertex="1">
+           <mxGeometry height="30" width="34" as="geometry">
+             <mxRectangle height="30" width="34" as="alternateBounds" />
+           </mxGeometry>
+         </mxCell>
+         <mxCell id="Xo8xpW6T9qOqPY2RvKqo-72" parent="Xo8xpW6T9qOqPY2RvKqo-70" style="shape=partialRectangle;html=1;whiteSpace=wrap;connectable=0;fillColor=none;top=0;left=0;bottom=0;right=0;align=left;spacingLeft=6;overflow=hidden;strokeColor=inherit;fontSize=16;fontColor=#000000;" value="&lt;div style=&quot;text-align: left;&quot;&gt;&lt;span style=&quot;color: rgb(0, 0, 0); font-size: 12px; background-color: transparent;&quot;&gt;total_amount : DECIMAL(10,2)&lt;/span&gt;&lt;/div&gt;" vertex="1">
+           <mxGeometry height="30" width="192" x="34" as="geometry">
+             <mxRectangle height="30" width="192" as="alternateBounds" />
+           </mxGeometry>
+         </mxCell>
+         <mxCell id="Xo8xpW6T9qOqPY2RvKqo-73" parent="Xo8xpW6T9qOqPY2RvKqo-63" style="shape=tableRow;horizontal=0;startSize=0;swimlaneHead=0;swimlaneBody=0;top=0;left=0;bottom=0;right=0;collapsible=0;dropTarget=0;fillColor=none;points=[[0,0.5],[1,0.5]];portConstraint=eastwest;strokeColor=inherit;fontSize=16;" value="" vertex="1">
+           <mxGeometry height="30" width="225.59746442522385" y="120" as="geometry" />
+         </mxCell>
+         <mxCell id="Xo8xpW6T9qOqPY2RvKqo-74" parent="Xo8xpW6T9qOqPY2RvKqo-73" style="shape=partialRectangle;html=1;whiteSpace=wrap;connectable=0;fillColor=none;top=0;left=0;bottom=0;right=0;overflow=hidden;strokeColor=inherit;fontSize=16;fontColor=#000000;" value="" vertex="1">
+           <mxGeometry height="30" width="34" as="geometry">
+             <mxRectangle height="30" width="34" as="alternateBounds" />
+           </mxGeometry>
+         </mxCell>
+         <mxCell id="Xo8xpW6T9qOqPY2RvKqo-75" parent="Xo8xpW6T9qOqPY2RvKqo-73" style="shape=partialRectangle;html=1;whiteSpace=wrap;connectable=0;fillColor=none;top=0;left=0;bottom=0;right=0;align=left;spacingLeft=6;overflow=hidden;strokeColor=inherit;fontSize=16;fontColor=#000000;" value="&lt;div style=&quot;text-align: center;&quot;&gt;&lt;span style=&quot;color: rgb(0, 0, 0); font-size: 12px; background-color: transparent;&quot;&gt;payment_status : ENUM&lt;/span&gt;&lt;/div&gt;" vertex="1">
+           <mxGeometry height="30" width="192" x="34" as="geometry">
+             <mxRectangle height="30" width="192" as="alternateBounds" />
+           </mxGeometry>
+         </mxCell>
+         <mxCell id="Xo8xpW6T9qOqPY2RvKqo-76" edge="1" parent="Xo8xpW6T9qOqPY2RvKqo-63" source="Xo8xpW6T9qOqPY2RvKqo-64" style="endArrow=none;html=1;rounded=0;strokeColor=#000000;entryX=1.002;entryY=0.898;entryDx=0;entryDy=0;entryPerimeter=0;exitX=0;exitY=0.9;exitDx=0;exitDy=0;exitPerimeter=0;" target="Xo8xpW6T9qOqPY2RvKqo-64" value="">
          <mxGeometry height="50" relative="1" width="50" as="geometry">
            <mxPoint x="72" y="102" as="sourcePoint" />
            <mxPoint x="122" y="52" as="targetPoint" />
          </mxGeometry>
        </mxCell>
      </root>
    </mxGraphModel>
  </diagram>
</mxfile>
